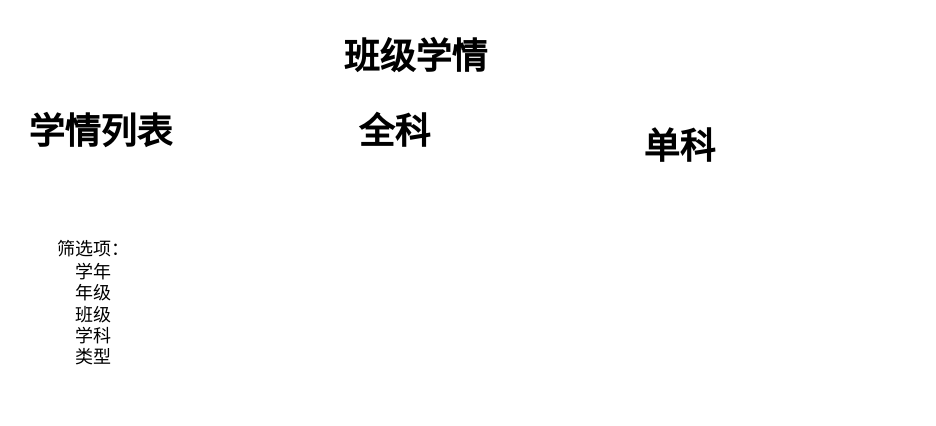
cychenyao/test keeps this draw.io diagram as 学情app.drawio. Above is the earlier version. Source tidied: cells renumbered, new cells numbered last; positions are measured from the earlier drawing's top-left corner, leaving out a move shared by most shapes. Both pictures are drawn from the tidied source at 150%, with x=0, y=0 at pixel (26, 26).
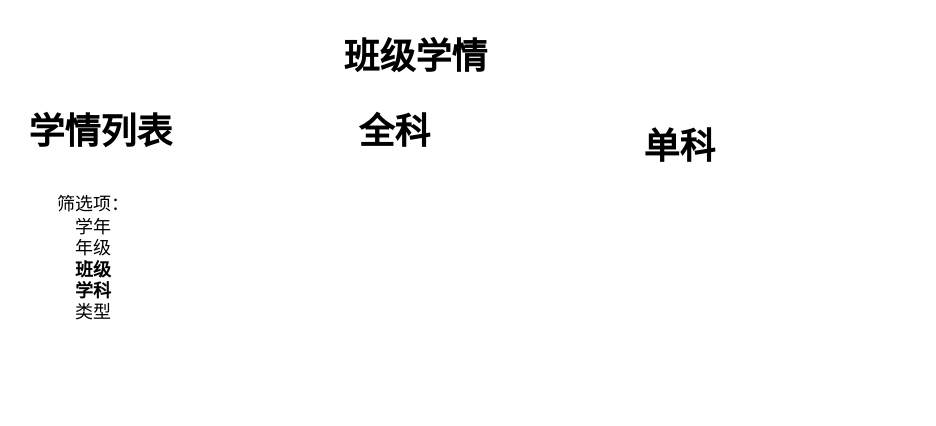
Above is the later version.

The edit, as a diff of the source:
```diff
@@
 <mxGraphModel>
   <root>
     <mxCell id="0" />
     <mxCell id="1" parent="0" />
     <mxCell id="2" value="&lt;h1 style=&quot;margin-top: 0px;&quot;&gt;学情列表&lt;/h1&gt;" style="text;html=1;whiteSpace=wrap;overflow=hidden;rounded=0;" parent="1" vertex="1">
       <mxGeometry y="50" width="180" height="40" as="geometry" />
     </mxCell>
     <mxCell id="3" value="&lt;h1 style=&quot;margin-top: 0px;&quot;&gt;全科&lt;/h1&gt;" style="text;html=1;whiteSpace=wrap;overflow=hidden;rounded=0;" parent="1" vertex="1">
       <mxGeometry x="220" y="50" width="180" height="40" as="geometry" />
     </mxCell>
     <mxCell id="4" value="&lt;h1 style=&quot;margin-top: 0px;&quot;&gt;单科&lt;/h1&gt;" style="text;html=1;whiteSpace=wrap;overflow=hidden;rounded=0;" parent="1" vertex="1">
       <mxGeometry x="410" y="60" width="180" height="40" as="geometry" />
     </mxCell>
     <mxCell id="5" value="&lt;h1 style=&quot;margin-top: 0px;&quot;&gt;班级学情&lt;/h1&gt;" style="text;html=1;whiteSpace=wrap;overflow=hidden;rounded=0;" parent="1" vertex="1">
       <mxGeometry x="210" width="310" height="40" as="geometry" />
     </mxCell>
-    <mxCell id="6" value="筛选项：&lt;div&gt;学年&lt;div&gt;年级&lt;/div&gt;&lt;div&gt;班级&lt;/div&gt;&lt;/div&gt;&lt;div&gt;学科&lt;/div&gt;&lt;div&gt;类型&lt;/div&gt;" style="text;html=1;whiteSpace=wrap;strokeColor=none;fillColor=none;align=center;verticalAlign=middle;rounded=0;" parent="1" vertex="1">
-      <mxGeometry y="120" width="90" height="130" as="geometry" />
+    <mxCell id="6" value="筛选项：&lt;div&gt;学年&lt;div&gt;年级&lt;/div&gt;&lt;div&gt;&lt;b&gt;班级&lt;/b&gt;&lt;/div&gt;&lt;/div&gt;&lt;div&gt;&lt;b&gt;学科&lt;/b&gt;&lt;/div&gt;&lt;div&gt;类型&lt;/div&gt;" style="text;html=1;whiteSpace=wrap;strokeColor=none;fillColor=none;align=center;verticalAlign=middle;rounded=0;" parent="1" vertex="1">
+      <mxGeometry y="90" width="90" height="130" as="geometry" />
     </mxCell>
   </root>
 </mxGraphModel>
```
